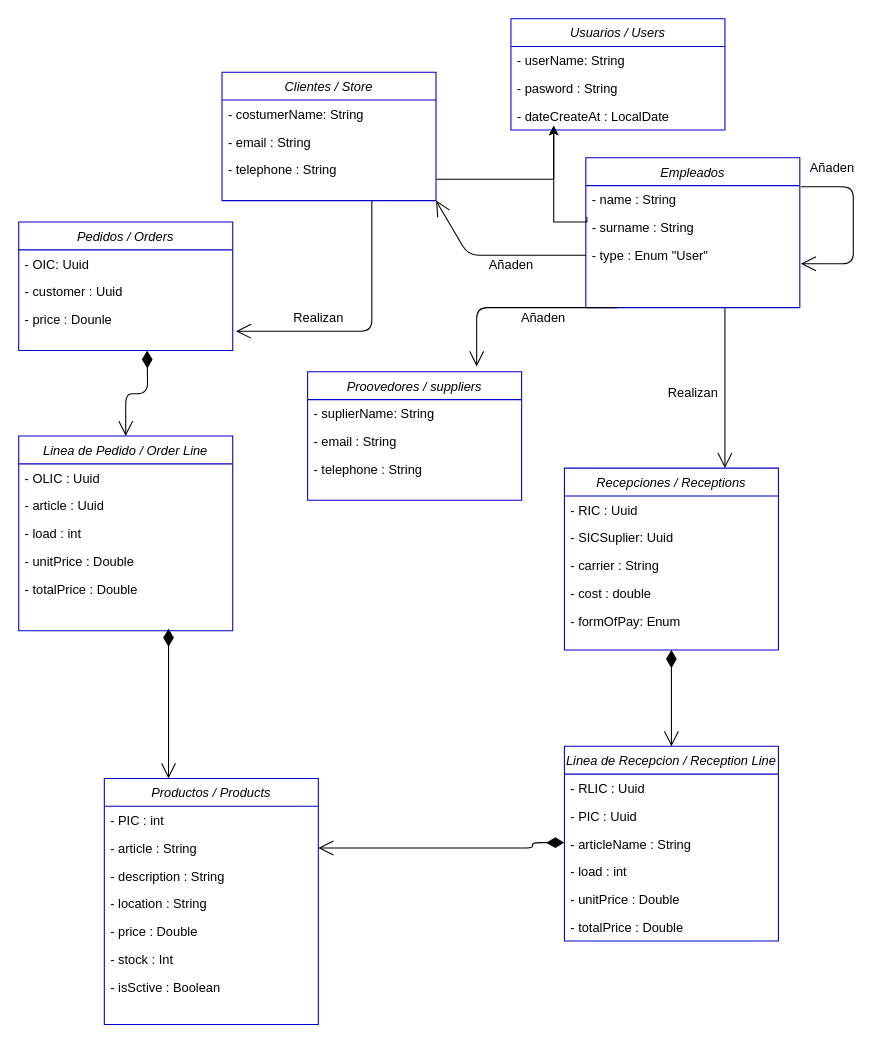
idanirf/GADAM keeps this draw.io diagram as Documentación/diagrama de clases/DiagramaDeClases.drawio. Above is the earlier version. Source tidied: cells renumbered, new cells numbered last; positions are measured from the earlier drawing's top-left corner, leaving out a move shared by most shapes. Both pictures are drawn from the tidied source at 107%, with x=0, y=0 at pixel (18, 18).
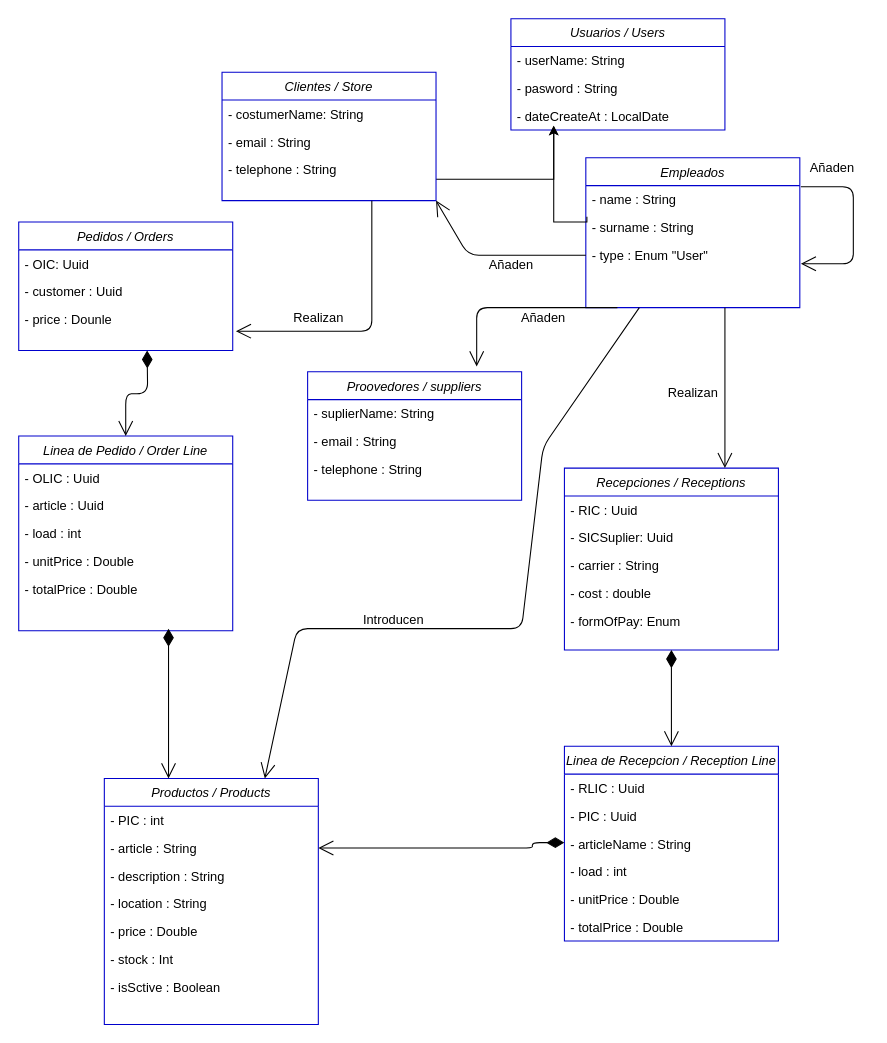
The same diagram, later.

Commit message:
Diagrama de clases

Añadido en el diagrama

Unchanged cells that the change refers to:
```xml
<mxCell id="6" value="Productos / Products" style="swimlane;fontStyle=2;align=center;verticalAlign=top;horizontal=1;startSize=26;rounded=0;shadow=0;strokeWidth=1;fillColor=#FFFFFF;strokeColor=#0000CC;" parent="1" vertex="1">
  <mxGeometry x="80" y="710" width="200" height="230" as="geometry" />
</mxCell>
<mxCell id="33" value="Empleados" style="swimlane;fontStyle=2;align=center;verticalAlign=top;horizontal=1;startSize=26;rounded=0;shadow=0;strokeWidth=1;fillColor=#FFFFFF;strokeColor=#0000CC;" parent="1" vertex="1">
  <mxGeometry x="530" y="130" width="200" height="140" as="geometry" />
</mxCell>
```

Change to the diagram source:
```diff
@@
+    <mxCell id="65" style="endArrow=open;endFill=1;endSize=12;html=1;exitX=0.25;exitY=1;exitDx=0;exitDy=0;entryX=0.75;entryY=0;entryDx=0;entryDy=0;" parent="1" edge="1" source="33" target="6">
+      <mxGeometry relative="1" as="geometry">
+        <Array as="points">
+          <mxPoint x="490" y="400" />
+          <mxPoint x="470" y="570" />
+          <mxPoint x="260" y="570" />
+        </Array>
+      </mxGeometry>
+    </mxCell>
+    <mxCell id="66" value="Introducen" style="text;html=1;align=center;verticalAlign=middle;strokeColor=none;fillColor=none;" parent="1" vertex="1">
+      <mxGeometry x="315" y="552" width="70" height="20" as="geometry" />
+    </mxCell>
```
